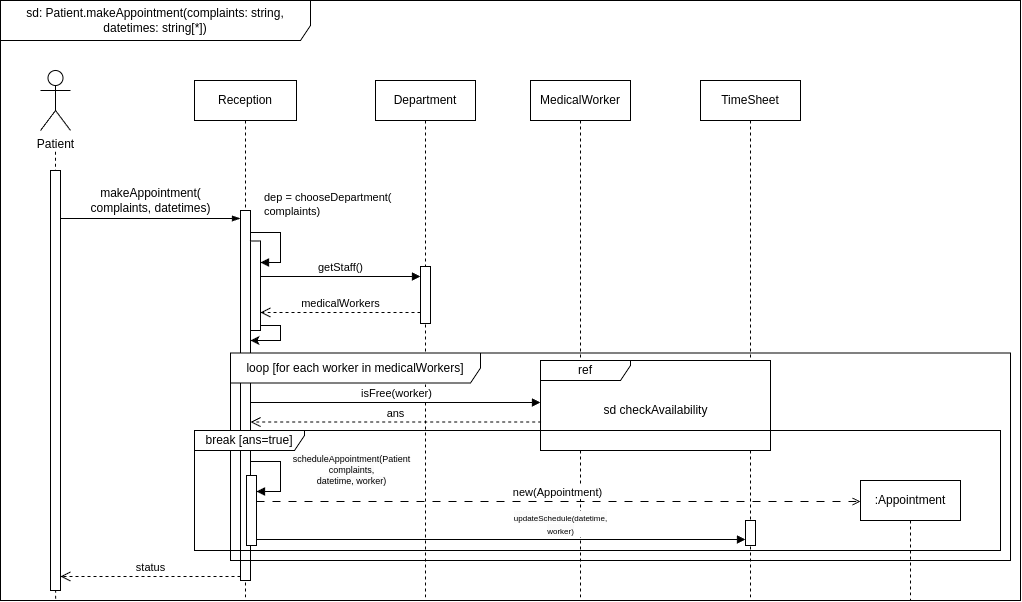
Before: lab2/SD-SD1.png, a diagram exported from draw.io (nedeadinside/oaoaoaoaoaoaoaoa). Source tidied: cells renumbered, new cells last; positions are measured from the earlier drawing's top-left corner, leaving out a move shared by most shapes.
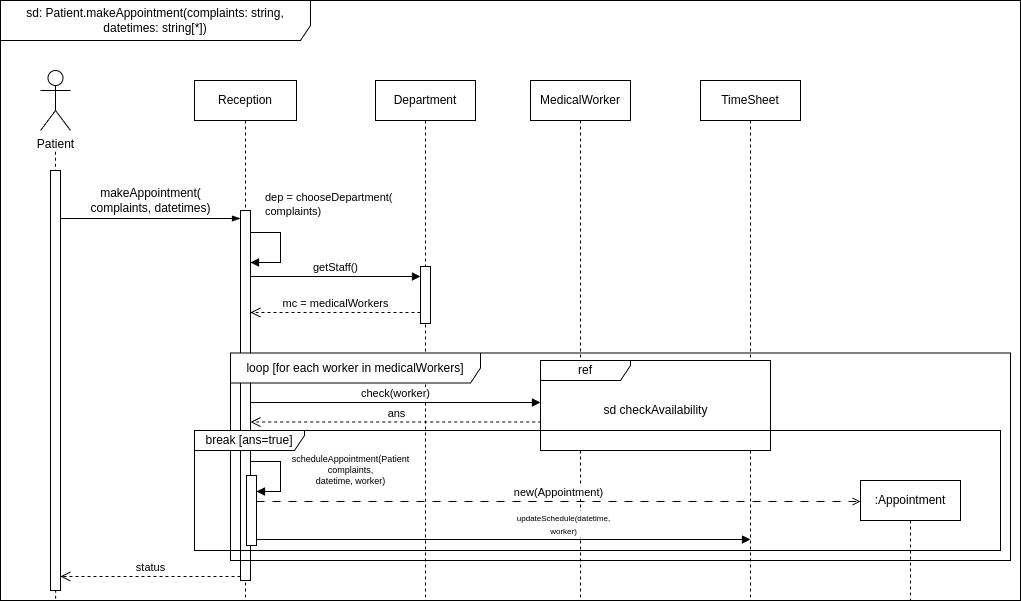
After the change.

Change to the diagram source:
```diff
@@ -13,9 +13,6 @@
     <mxCell id="4" value="TimeSheet" style="shape=umlLifeline;perimeter=lifelinePerimeter;whiteSpace=wrap;html=1;newEdgeStyle={&quot;curved&quot;:0,&quot;rounded&quot;:0};" parent="1" vertex="1">
       <mxGeometry x="700" y="80" width="100" height="520" as="geometry" />
     </mxCell>
-    <mxCell id="5" style="html=1;perimeter=orthogonalPerimeter;targetShapes=umlLifeline;newEdgeStyle={&quot;curved&quot;:0,&quot;rounded&quot;:0};" parent="4" vertex="1">
-      <mxGeometry x="45" y="440" width="10" height="25" as="geometry" />
-    </mxCell>
     <mxCell id="6" value="MedicalWorker" style="shape=umlLifeline;perimeter=lifelinePerimeter;whiteSpace=wrap;html=1;newEdgeStyle={&quot;curved&quot;:0,&quot;rounded&quot;:0};" parent="1" vertex="1">
       <mxGeometry x="530" y="80" width="100" height="520" as="geometry" />
     </mxCell>
@@ -45,18 +42,7 @@
     <mxCell id="14" value="makeAppointment(&lt;div&gt;complaints,&amp;nbsp;&lt;span style=&quot;background-color: initial;&quot;&gt;datetimes)&lt;/span&gt;&lt;/div&gt;" style="text;html=1;align=center;verticalAlign=middle;strokeColor=none;fillColor=none;" parent="1" vertex="1">
       <mxGeometry x="80" y="180" width="140" height="40" as="geometry" />
     </mxCell>
-    <mxCell id="15" style="edgeStyle=orthogonalEdgeStyle;rounded=0;jettySize=auto;html=1;curved=0;exitX=1;exitY=1;exitDx=0;exitDy=-5;exitPerimeter=0;" parent="1" edge="1" source="16" target="12">
-      <mxGeometry relative="1" as="geometry">
-        <Array as="points">
-          <mxPoint x="280" y="325" />
-          <mxPoint x="280" y="340" />
-        </Array>
-      </mxGeometry>
-    </mxCell>
-    <mxCell id="16" style="html=1;points=[[0,0,0,0,5],[0,1,0,0,-5],[1,0,0,0,5],[1,1,0,0,-5]];perimeter=orthogonalPerimeter;outlineConnect=0;targetShapes=umlLifeline;portConstraint=eastwest;newEdgeStyle={&quot;curved&quot;:0,&quot;rounded&quot;:0};" parent="1" vertex="1">
-      <mxGeometry x="250" y="240.5" width="10" height="89.5" as="geometry" />
-    </mxCell>
-    <mxCell id="17" value="dep = chooseDepartment(&lt;div&gt;complaints)&lt;/div&gt;" style="html=1;align=left;spacingLeft=2;endArrow=block;rounded=0;edgeStyle=orthogonalEdgeStyle;curved=0;rounded=0;" parent="1" edge="1" target="16">
+    <mxCell id="17" value="dep = chooseDepartment(&lt;div&gt;complaints)&lt;/div&gt;" style="html=1;align=left;spacingLeft=2;endArrow=block;rounded=0;edgeStyle=orthogonalEdgeStyle;curved=0;rounded=0;" parent="1" edge="1" target="12">
       <mxGeometry x="-0.76" y="28" relative="1" as="geometry">
         <mxPoint x="250" y="232" as="sourcePoint" />
         <Array as="points">
@@ -65,16 +51,14 @@
         </Array>
       </mxGeometry>
     </mxCell>
-    <mxCell id="18" value="getStaff()" style="html=1;verticalAlign=bottom;endArrow=block;curved=0;rounded=0;" parent="1" edge="1">
+    <mxCell id="18" value="getStaff()" style="html=1;verticalAlign=bottom;endArrow=block;curved=0;rounded=0;" parent="1" edge="1" source="12">
       <mxGeometry relative="1" as="geometry">
-        <mxPoint x="260" y="276" as="sourcePoint" />
         <mxPoint x="420" y="276" as="targetPoint" />
       </mxGeometry>
     </mxCell>
-    <mxCell id="19" value="medicalWorkers" style="html=1;verticalAlign=bottom;endArrow=open;dashed=1;endSize=8;curved=0;rounded=0;" parent="1" edge="1">
+    <mxCell id="19" value="mc = medicalWorkers" style="html=1;verticalAlign=bottom;endArrow=open;dashed=1;endSize=8;curved=0;rounded=0;" parent="1" edge="1" target="12">
       <mxGeometry relative="1" as="geometry">
         <mxPoint x="420" y="312" as="sourcePoint" />
-        <mxPoint x="260" y="312" as="targetPoint" />
       </mxGeometry>
     </mxCell>
     <mxCell id="20" value="ref" style="shape=umlFrame;whiteSpace=wrap;html=1;gradientColor=none;swimlaneFillColor=default;width=90;height=20;" parent="1" vertex="1">
@@ -96,7 +80,7 @@
     <mxCell id="23" value="loop [for each worker in medicalWorkers]" style="shape=umlFrame;whiteSpace=wrap;html=1;width=250;height=30;" parent="1" vertex="1">
       <mxGeometry x="230" y="352.5" width="780" height="207.5" as="geometry" />
     </mxCell>
-    <mxCell id="24" value="isFree(worker)" style="html=1;verticalAlign=bottom;endArrow=block;curved=0;rounded=0;" parent="1" edge="1">
+    <mxCell id="24" value="check(worker)" style="html=1;verticalAlign=bottom;endArrow=block;curved=0;rounded=0;" parent="1" edge="1">
       <mxGeometry relative="1" as="geometry">
         <mxPoint x="250" y="402" as="sourcePoint" />
         <mxPoint x="540" y="402" as="targetPoint" />
@@ -127,7 +111,7 @@
     <mxCell id="30" value="&lt;span style=&quot;text-align: left; text-wrap-mode: wrap; background-color: rgb(251, 251, 251);&quot;&gt;&lt;font style=&quot;font-size: 8px;&quot;&gt;updateSchedule(datetime, worker)&lt;/font&gt;&lt;/span&gt;" style="html=1;verticalAlign=bottom;endArrow=block;curved=0;rounded=0;" parent="1" edge="1">
       <mxGeometry x="0.24" relative="1" as="geometry">
         <mxPoint x="256" y="539" as="sourcePoint" />
-        <mxPoint x="745" y="539" as="targetPoint" />
+        <mxPoint x="750" y="539" as="targetPoint" />
       </mxGeometry>
     </mxCell>
     <mxCell id="31" value=":Appointment" style="shape=umlLifeline;perimeter=lifelinePerimeter;whiteSpace=wrap;html=1;newEdgeStyle={&quot;curved&quot;:0,&quot;rounded&quot;:0};" parent="1" vertex="1">
```
